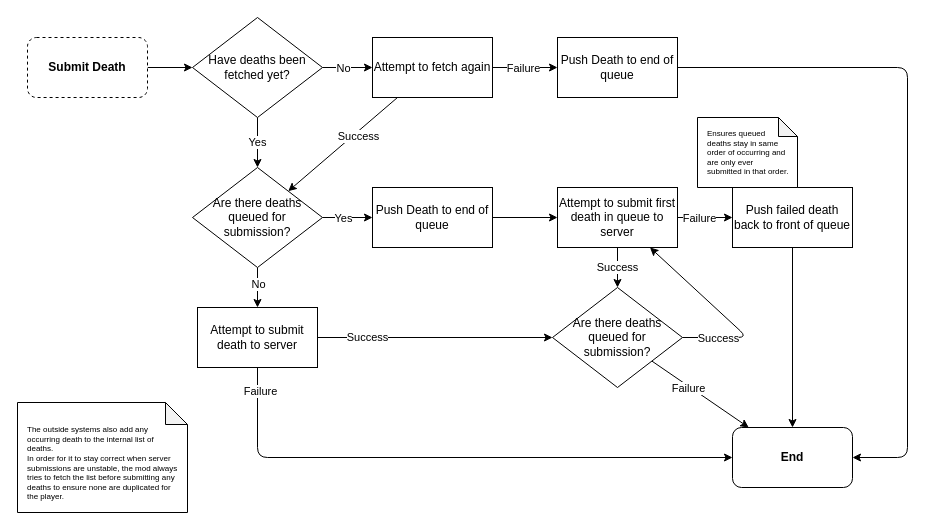
Earlier version of the draw.io diagram page "Submit Death & Queue" (2 of 4) of docs/doc.dio (MaSp005/deathmarkers). Source tidied: cells renumbered, new cells numbered last; positions are measured from the earlier drawing's top-left corner, leaving out a move shared by most shapes. Both pictures are drawn from the tidied source at 100%, with x=0, y=0 at pixel (17, 17).
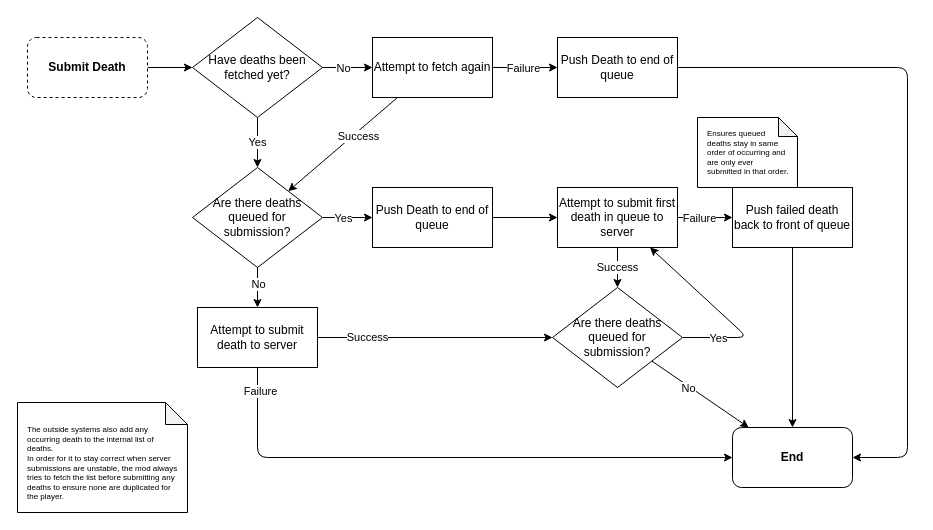
The same diagram, later.

Unchanged cells that the change refers to:
```xml
<mxCell id="34" style="edgeStyle=none;html=1;" parent="1" edge="1" source="38" target="19">
  <mxGeometry relative="1" as="geometry" />
</mxCell>
<mxCell id="36" style="edgeStyle=none;html=1;" parent="1" edge="1" source="38" target="23">
  <mxGeometry relative="1" as="geometry">
    <Array as="points">
      <mxPoint x="730" y="320" />
    </Array>
  </mxGeometry>
</mxCell>
```

The edit, as a diff of the source:
```diff
@@
-    <mxCell id="35" value="Failure" style="edgeLabel;html=1;align=center;verticalAlign=middle;" parent="34" vertex="1">
+    <mxCell id="35" value="No" style="edgeLabel;html=1;align=center;verticalAlign=middle;" parent="34" vertex="1">
       <mxGeometry x="-0.23" y="-2" relative="1" as="geometry" />
     </mxCell>
@@
-    <mxCell id="37" value="Success" style="edgeLabel;html=1;align=center;verticalAlign=middle;" parent="36" vertex="1">
+    <mxCell id="37" value="Yes" style="edgeLabel;html=1;align=center;verticalAlign=middle;" parent="36" vertex="1">
       <mxGeometry x="-0.76" relative="1" as="geometry">
         <mxPoint x="11" as="offset" />
       </mxGeometry>
     </mxCell>
```
